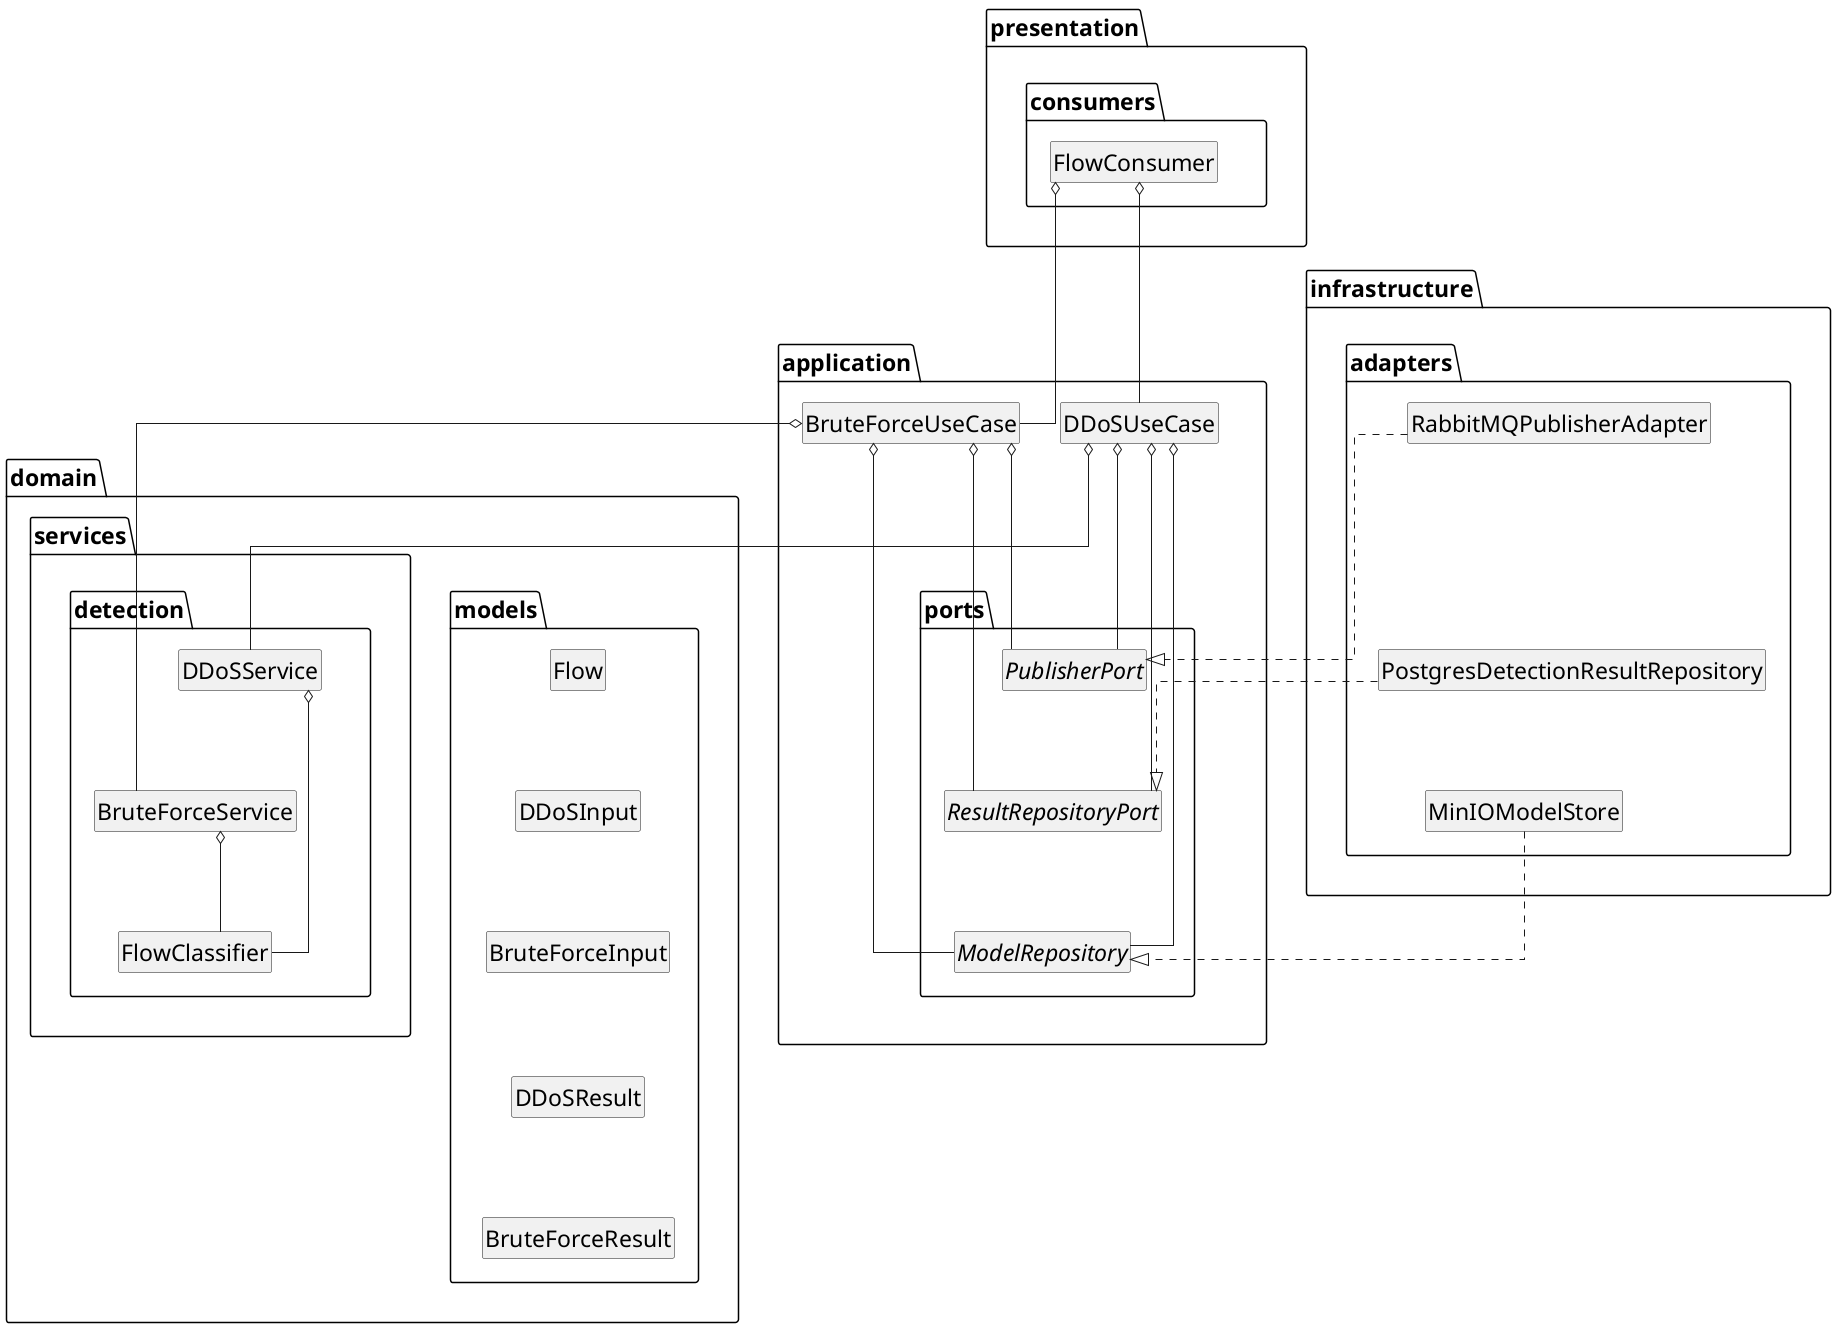
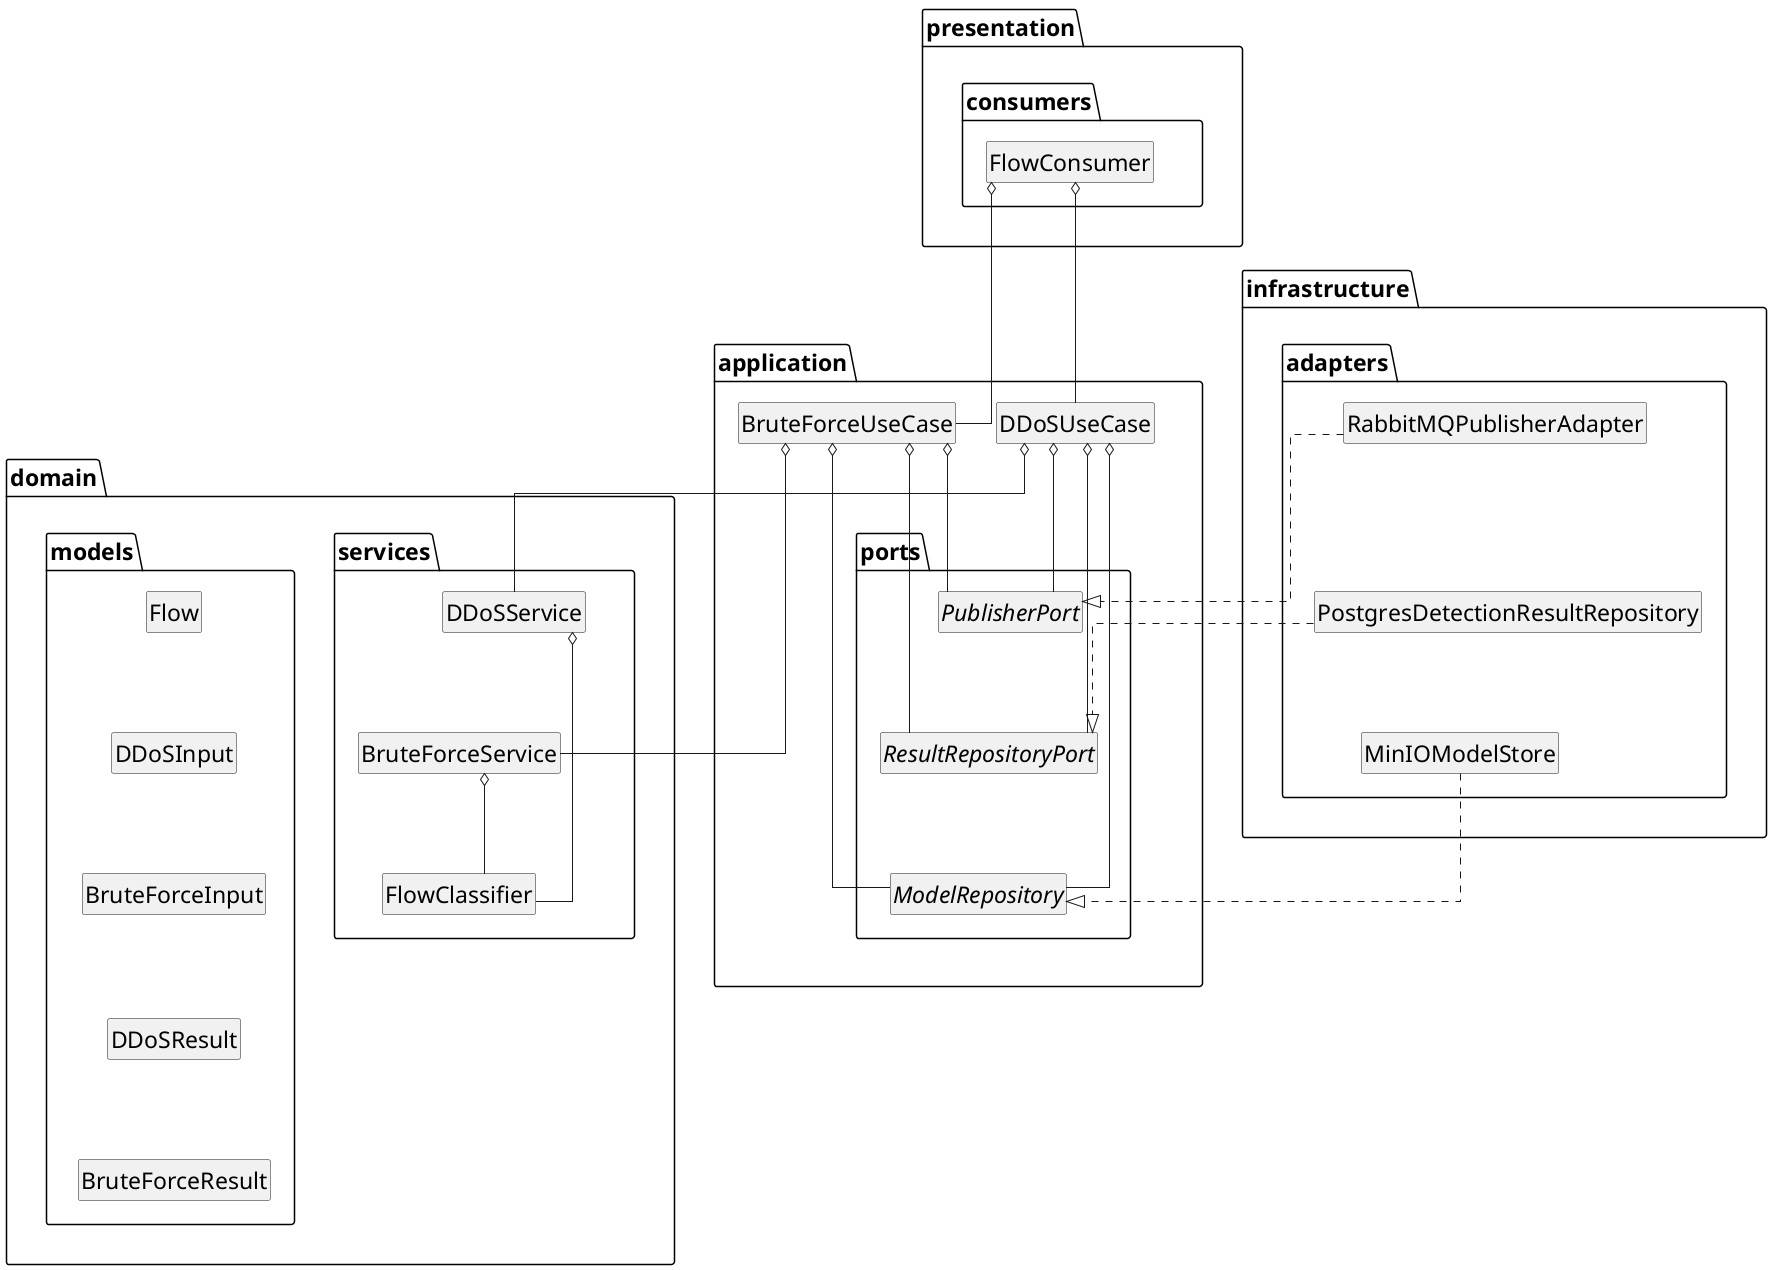
@startuml feature-network-flow-uc2-uc4
+ ' Note: DDoSService, BruteForceService, and FlowClassifier are modules with module-level
+ ' functions (domain/services/ddos_service.py::detect(), brute_force_service.py::detect(),
+ ' _flow_classifier.py::run_flow_classifier()), not classes. Shown as boxes here purely to
+ ' depict logical responsibility/data flow at the package level.
top to bottom direction

skinparam packageStyle folder
skinparam linetype ortho
skinparam ranksep 100
skinparam nodesep 40
skinparam DefaultFontSize 23

hide circle
hide empty members

together {
  package "presentation.consumers" {
    class FlowConsumer
  }
}

together {
  package "application" {
    class DDoSUseCase
    class BruteForceUseCase
  }
}

together {
  package "application.ports" {
    interface PublisherPort
    interface ResultRepositoryPort
    interface ModelRepository

    PublisherPort -[hidden]down- ResultRepositoryPort
    ResultRepositoryPort -[hidden]down- ModelRepository
  }
}

together {
-   package "domain.services.detection" {
+   package "domain.services" {
    class DDoSService
    class BruteForceService
    class FlowClassifier

    DDoSService -[hidden]down- BruteForceService
    BruteForceService -[hidden]down- FlowClassifier
  }

  package "domain.models" {
    class Flow
    class DDoSInput
    class BruteForceInput
    class DDoSResult
    class BruteForceResult

    Flow -[hidden]down- DDoSInput
    DDoSInput -[hidden]down- BruteForceInput
    BruteForceInput -[hidden]down- DDoSResult
    DDoSResult -[hidden]down- BruteForceResult
  }
}

together {
  package "infrastructure.adapters" {
    class RabbitMQPublisherAdapter
    class PostgresDetectionResultRepository
    class MinIOModelStore

    RabbitMQPublisherAdapter -[hidden]down- PostgresDetectionResultRepository
    PostgresDetectionResultRepository -[hidden]down- MinIOModelStore
  }
}

' ---- Layer Order ----
"presentation.consumers" -[hidden]down- "application"
"application" -[hidden]down- "application.ports"
- "application.ports" -[hidden]down- "domain.services.detection"
- "domain.services.detection" -[hidden]down- "infrastructure.adapters"
+ "application.ports" -[hidden]down- "domain.services"
+ "domain.services" -[hidden]down- "infrastructure.adapters"

- "domain.services.detection" -[hidden]right- "domain.models"
+ "domain.services" -[hidden]right- "domain.models"

' ---- Interactions / Relationships ----
FlowConsumer o-- DDoSUseCase
FlowConsumer o-- BruteForceUseCase

DDoSUseCase o-- DDoSService
DDoSUseCase o-- ModelRepository
DDoSUseCase o-- PublisherPort
DDoSUseCase o-- ResultRepositoryPort

BruteForceUseCase o-- BruteForceService
BruteForceUseCase o-- ModelRepository
BruteForceUseCase o-- PublisherPort
BruteForceUseCase o-- ResultRepositoryPort

DDoSService o-- FlowClassifier
BruteForceService o-- FlowClassifier

RabbitMQPublisherAdapter ..|> PublisherPort
PostgresDetectionResultRepository ..|> ResultRepositoryPort
MinIOModelStore ..|> ModelRepository

@enduml
